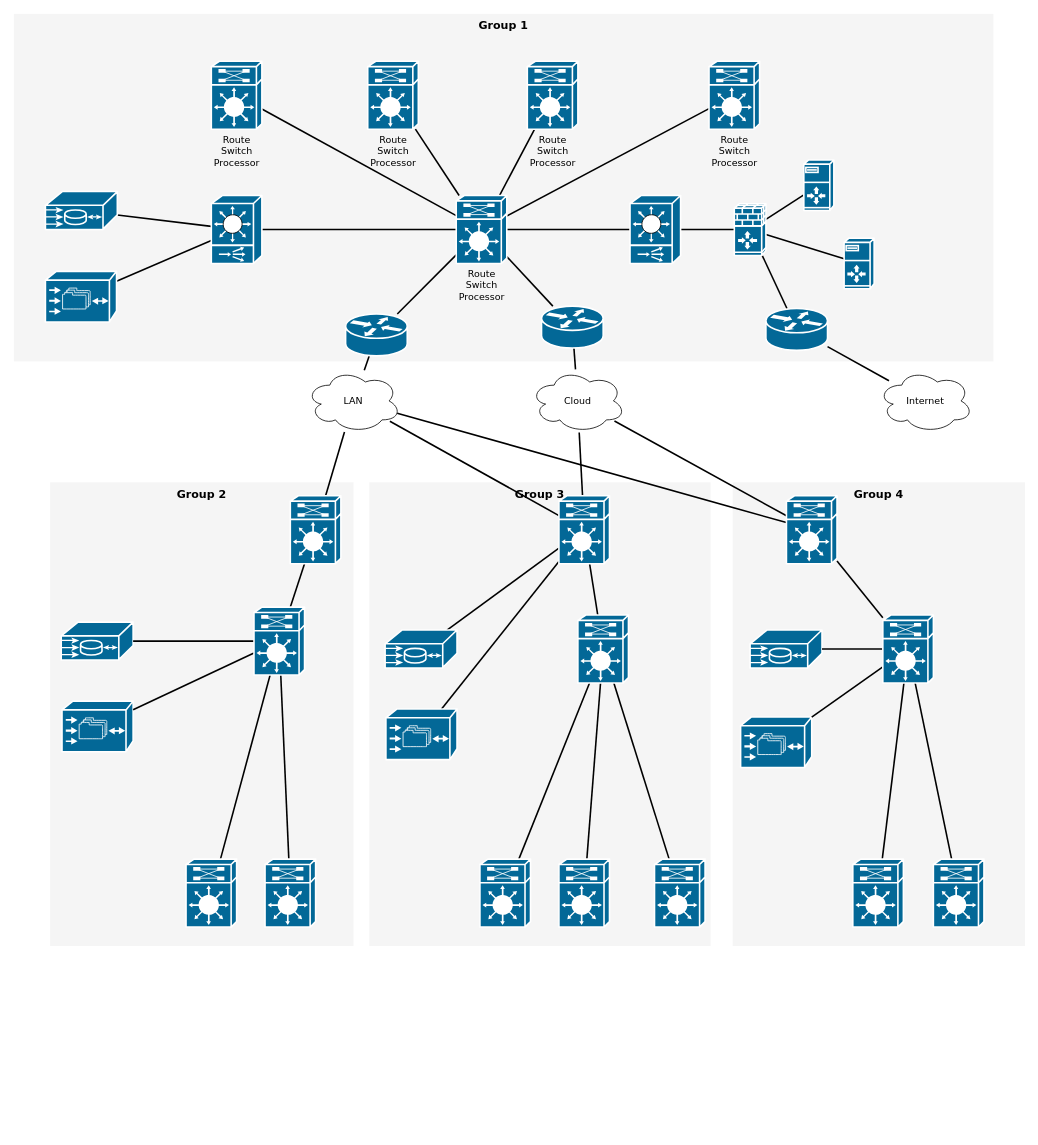
This is Untitled Diagram.drawio from BambooSword/diagrams, a draw.io file, before an edit. Source tidied: cells renumbered, new cells numbered last; positions are measured from the earlier drawing's top-left corner, leaving out a move shared by most shapes. Both pictures are drawn from the tidied source at 79%, with x=0, y=0 at pixel (13, 13).
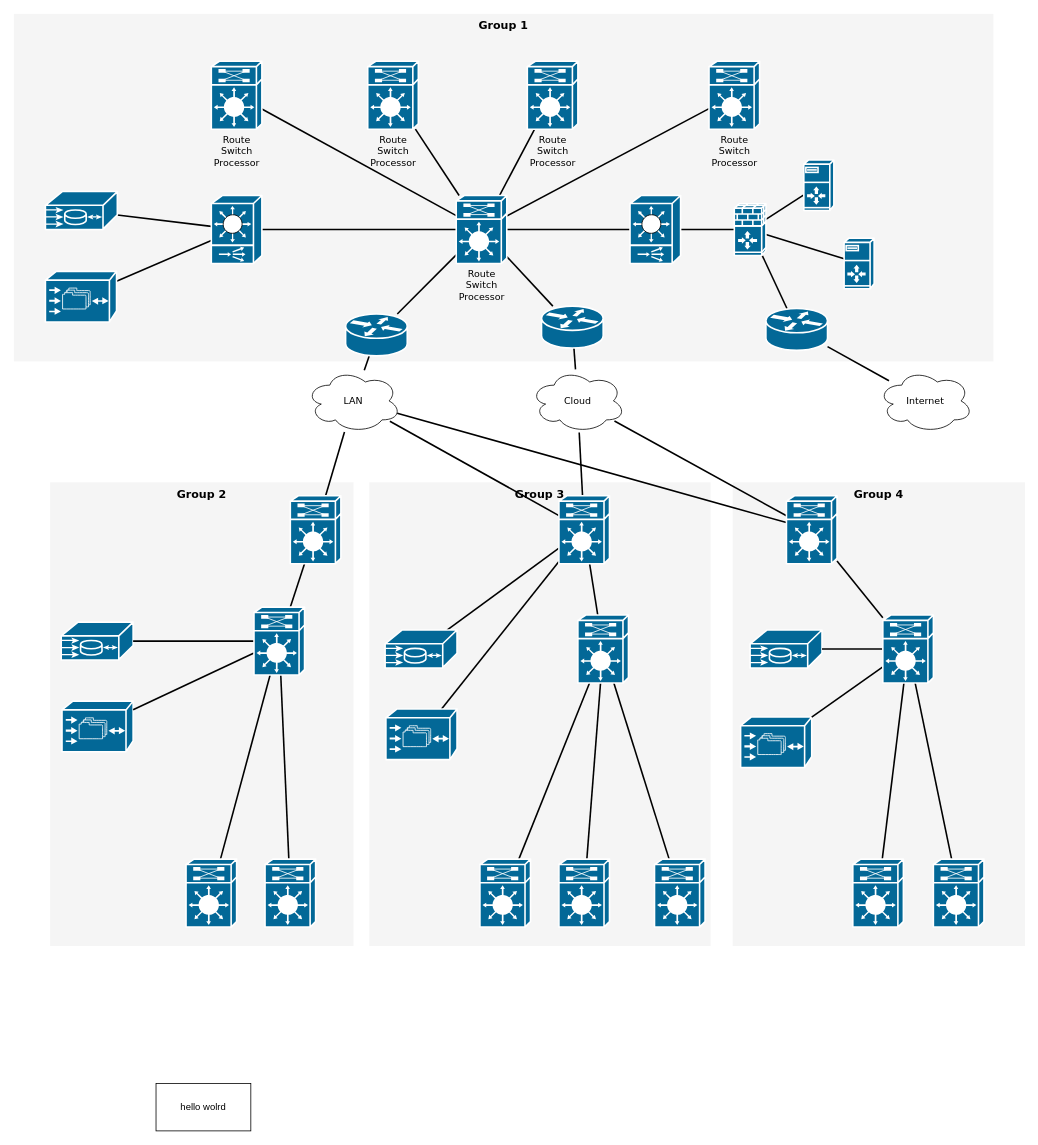
The same page after the edit.

Change to the diagram source:
```diff
@@
+    <mxCell id="81" value="hello wolrd" style="whiteSpace=wrap;html=1;" parent="1" vertex="1">
+      <mxGeometry x="180" y="1354" width="120" height="60" as="geometry" />
+    </mxCell>
```
